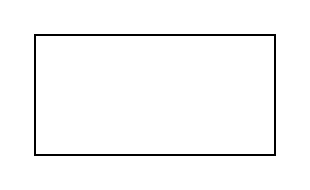
The draw.io diagram test.drawio in pampa0629/xiabook, before the edit. Source tidied: cells renumbered, new cells numbered last; positions are measured from the earlier drawing's top-left corner, leaving out a move shared by most shapes. Both pictures are drawn from the tidied source at 200%, with x=0, y=0 at pixel (34, 34).
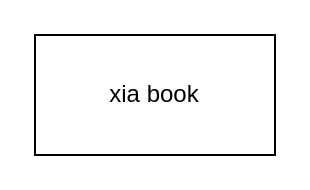
The same diagram, later.

Change to the diagram source:
```diff
@@
 <mxGraphModel>
   <root>
     <mxCell id="0" />
     <mxCell id="1" parent="0" />
-    <mxCell id="2" style="rounded=0;whiteSpace=wrap;html=1;" parent="1" vertex="1">
+    <mxCell id="2" value="xia book" style="rounded=0;whiteSpace=wrap;html=1;" parent="1" vertex="1">
       <mxGeometry width="120" height="60" as="geometry" />
     </mxCell>
   </root>
 </mxGraphModel>
```
